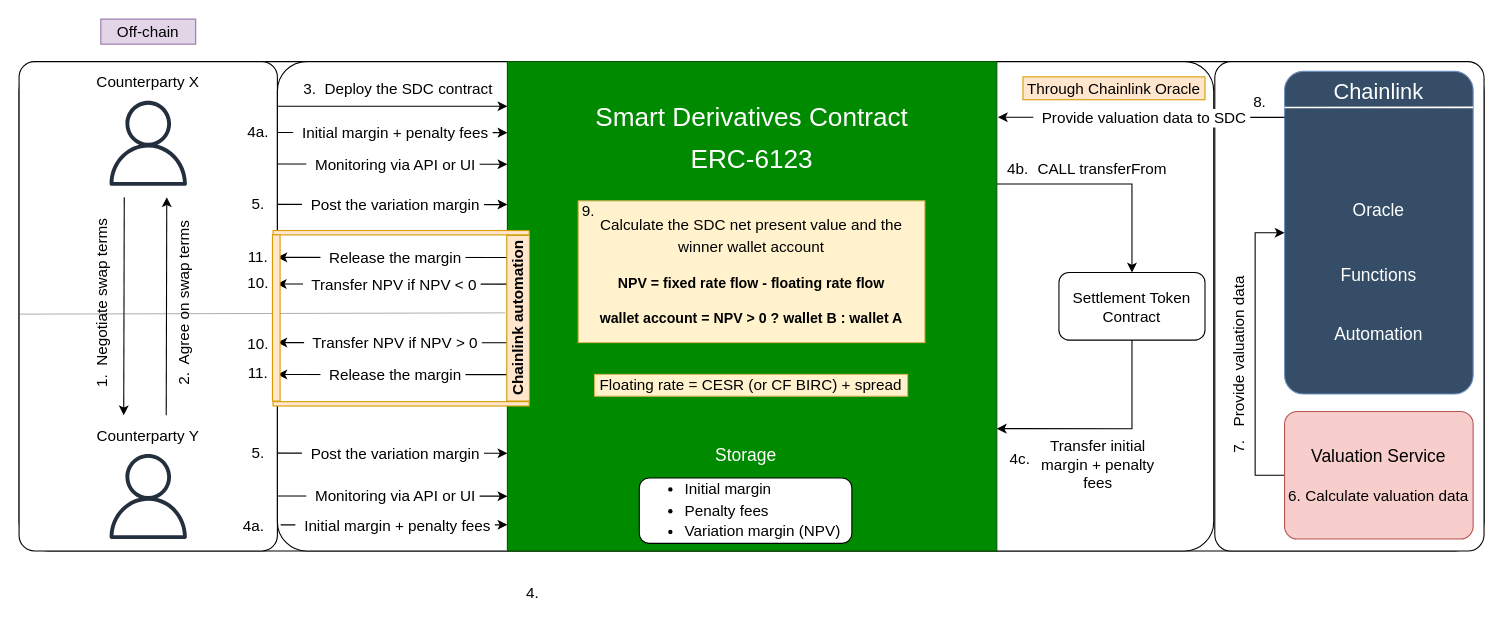
Above: page "PoC" (5 of 5) of qualitaX.drawio in Edoumou/drawings (draw.io), before the change. Source tidied: cells renumbered, new cells numbered last; positions are measured from the earlier drawing's top-left corner, leaving out a move shared by most shapes. Both pictures are drawn from the tidied source at 109%, with x=0, y=0 at pixel (14, 19).
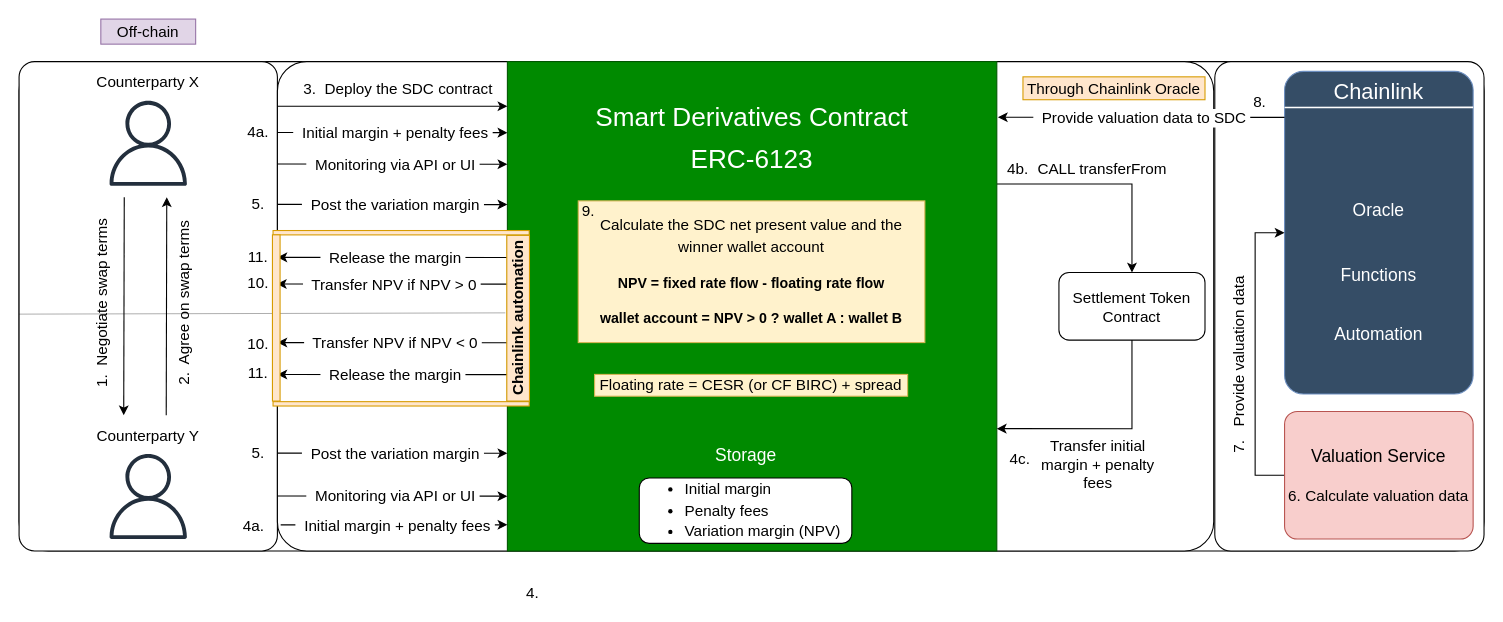
After the change.

Unchanged cells that the change refers to:
```xml
<mxCell id="34" style="endArrow=classic;html=1;rounded=0;entryX=-0.011;entryY=0.232;entryDx=0;entryDy=0;entryPerimeter=0;" parent="1" edge="1">
  <mxGeometry relative="1" as="geometry">
    <mxPoint x="451.5" y="243.2" as="sourcePoint" />
    <mxPoint x="240.5" y="243" as="targetPoint" />
  </mxGeometry>
</mxCell>
<mxCell id="36" style="endArrow=classic;html=1;rounded=0;entryX=-0.011;entryY=0.232;entryDx=0;entryDy=0;entryPerimeter=0;" parent="1" edge="1">
  <mxGeometry relative="1" as="geometry">
    <mxPoint x="452" y="296.9" as="sourcePoint" />
    <mxPoint x="241" y="296.8" as="targetPoint" />
  </mxGeometry>
</mxCell>
```

The edit, as a diff of the source:
```diff
@@
-    <mxCell id="29" value="&lt;p style=&quot;line-height: 160%;&quot;&gt;&lt;font style=&quot;font-size: 14px;&quot;&gt;Calculate the SDC net present value and the winner wallet account&lt;/font&gt;&lt;/p&gt;&lt;p style=&quot;line-height: 160%;&quot;&gt;&lt;font style=&quot;font-size: 13px;&quot;&gt;&lt;b&gt;NPV = fixed rate flow - floating rate flow&lt;/b&gt;&lt;/font&gt;&lt;/p&gt;&lt;p style=&quot;line-height: 160%;&quot;&gt;&lt;font style=&quot;font-size: 13px;&quot;&gt;&lt;b&gt;wallet account = NPV &amp;gt; 0 ? wallet B : wallet A&lt;/b&gt;&lt;/font&gt;&lt;/p&gt;" style="text;html=1;align=center;verticalAlign=middle;whiteSpace=wrap;rounded=0;fillColor=#fff2cc;strokeColor=#d6b656;" parent="1" vertex="1">
+    <mxCell id="29" value="&lt;p style=&quot;line-height: 160%;&quot;&gt;&lt;font style=&quot;font-size: 14px;&quot;&gt;Calculate the SDC net present value and the winner wallet account&lt;/font&gt;&lt;/p&gt;&lt;p style=&quot;line-height: 160%;&quot;&gt;&lt;font style=&quot;font-size: 13px;&quot;&gt;&lt;b&gt;NPV = fixed rate flow - floating rate flow&lt;/b&gt;&lt;/font&gt;&lt;/p&gt;&lt;p style=&quot;line-height: 160%;&quot;&gt;&lt;font style=&quot;font-size: 13px;&quot;&gt;&lt;b&gt;wallet account = NPV &amp;gt; 0 ? wallet A : wallet B&lt;/b&gt;&lt;/font&gt;&lt;/p&gt;" style="text;html=1;align=center;verticalAlign=middle;whiteSpace=wrap;rounded=0;fillColor=#fff2cc;strokeColor=#d6b656;" parent="1" vertex="1">
       <mxGeometry x="517" y="166.8" width="318" height="130" as="geometry" />
     </mxCell>
@@
-    <mxCell id="35" value="&lt;font style=&quot;font-size: 14px;&quot;&gt;&amp;nbsp; Transfer NPV if NPV &amp;lt; 0&amp;nbsp;&lt;/font&gt;" style="edgeLabel;html=1;align=center;verticalAlign=middle;" parent="34" vertex="1">
+    <mxCell id="35" value="&lt;font style=&quot;font-size: 14px;&quot;&gt;&amp;nbsp; Transfer NPV if NPV &amp;gt; 0&amp;nbsp;&lt;/font&gt;" style="edgeLabel;html=1;align=center;verticalAlign=middle;" parent="34" vertex="1">
       <mxGeometry relative="1" as="geometry" />
     </mxCell>
@@
-    <mxCell id="37" value="&lt;font style=&quot;font-size: 14px;&quot;&gt;&amp;nbsp; Transfer NPV if NPV &amp;gt; 0&amp;nbsp;&lt;/font&gt;" style="edgeLabel;html=1;align=center;verticalAlign=middle;" parent="36" vertex="1">
+    <mxCell id="37" value="&lt;font style=&quot;font-size: 14px;&quot;&gt;&amp;nbsp; Transfer NPV if NPV &amp;lt; 0&amp;nbsp;&lt;/font&gt;" style="edgeLabel;html=1;align=center;verticalAlign=middle;" parent="36" vertex="1">
       <mxGeometry relative="1" as="geometry" />
     </mxCell>
```
